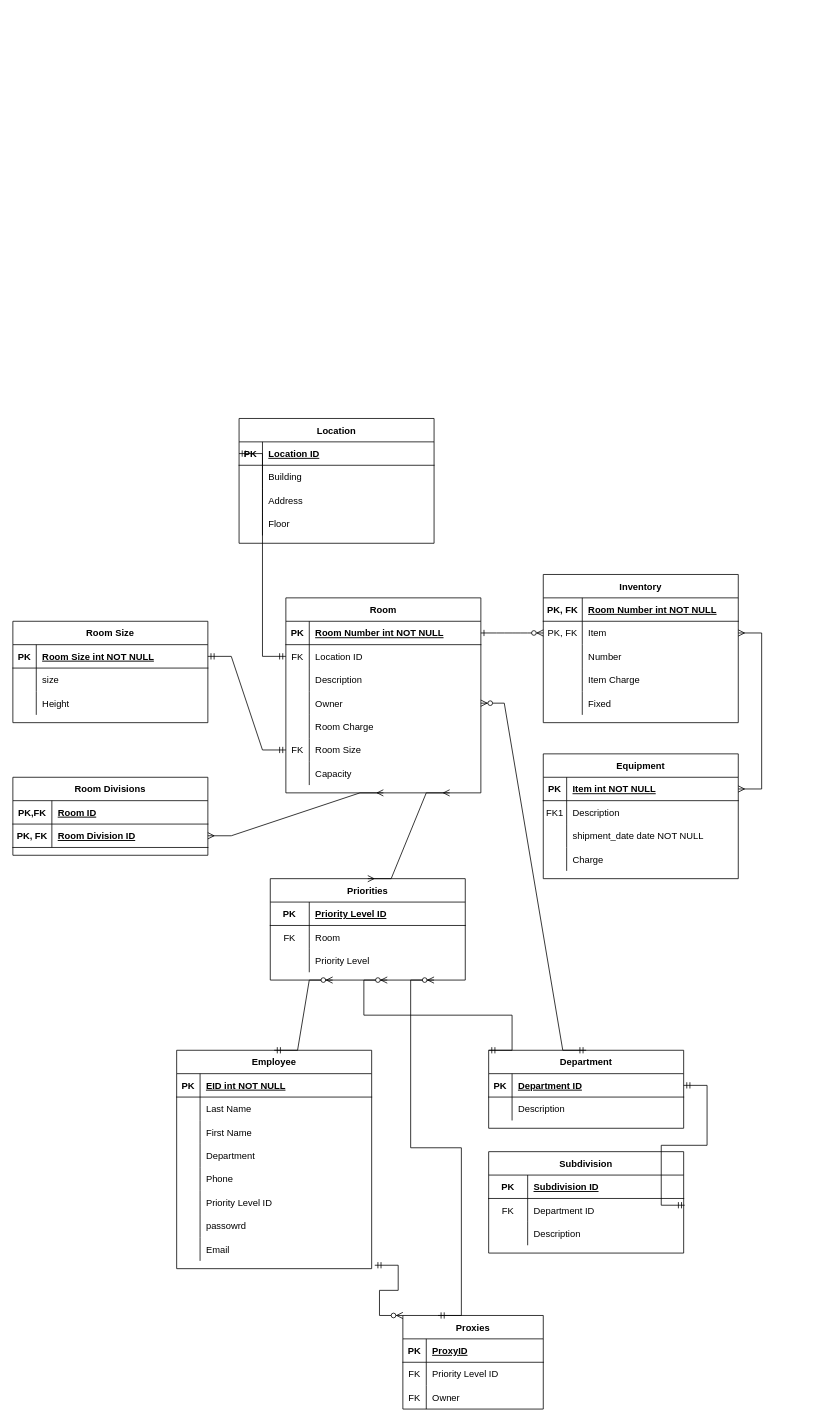
seanjedi/comp-163-database-design-class keeps this draw.io diagram as Projcet1.drawio. Above is the earlier version. Source tidied: cells renumbered, new cells numbered last; positions are measured from the earlier drawing's top-left corner, leaving out a move shared by most shapes. Both pictures are drawn from the tidied source at 78%, with x=0, y=0 at pixel (12, 418).
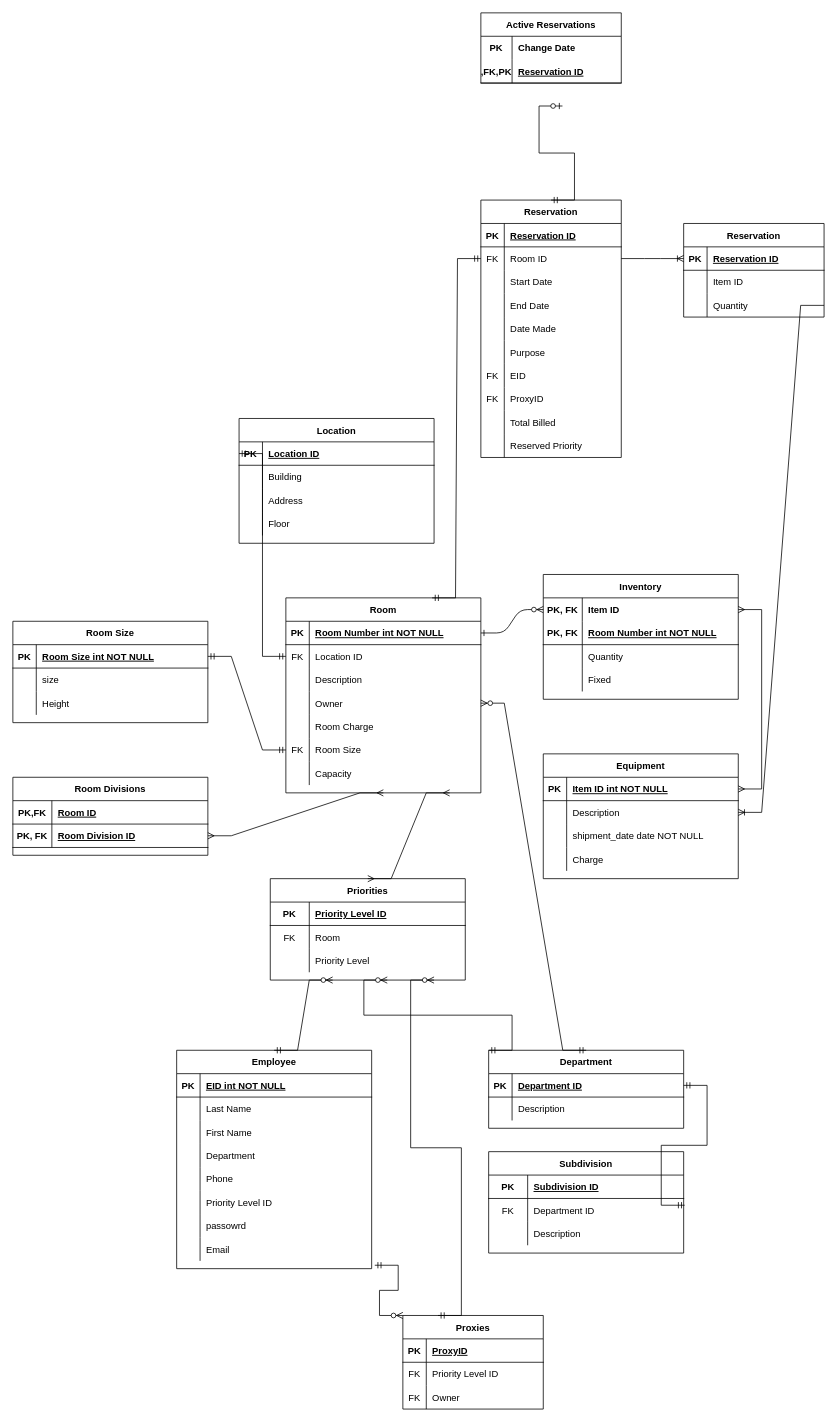
The same diagram, later.

Unchanged cells that the change refers to:
```xml
<mxCell id="10" style="shape=partialRectangle;fillColor=none;top=0;left=0;right=0;bottom=0;" parent="3" vertex="1">
  <mxGeometry y="90" width="250" height="30" as="geometry" />
</mxCell>
<mxCell id="20" style="shape=partialRectangle;fillColor=none;points=[[0,0.5],[1,0.5]];portConstraint=eastwest;top=0;left=0;right=0;bottom=1;" parent="19" vertex="1">
  <mxGeometry y="30" width="250" height="30" as="geometry" />
</mxCell>
<mxCell id="23" style="shape=partialRectangle;fillColor=none;points=[[0,0.5],[1,0.5]];portConstraint=eastwest;top=0;left=0;right=0;bottom=0;" parent="19" vertex="1">
  <mxGeometry y="60" width="250" height="30" as="geometry" />
</mxCell>
<mxCell id="32" value="Room" style="shape=table;startSize=30;childLayout=tableLayout;rowLines=0;fontStyle=1;align=center;" parent="1" vertex="1">
  <mxGeometry x="350" y="230" width="250" height="250" as="geometry" />
</mxCell>
```

What changed in the source:
```diff
@@
     <mxCell id="3" value="Inventory" style="shape=table;startSize=30;childLayout=tableLayout;rowLines=0;fontStyle=1;align=center;" parent="1" vertex="1">
-      <mxGeometry x="680" y="200" width="250" height="190" as="geometry" />
+      <mxGeometry x="680" y="200" width="250" height="160" as="geometry" />
     </mxCell>
+    <mxCell id="7" style="shape=partialRectangle;fillColor=none;points=[[0,0.5],[1,0.5]];portConstraint=eastwest;top=0;left=0;right=0;bottom=0;" parent="3" vertex="1">
+      <mxGeometry y="30" width="250" height="30" as="geometry" />
+    </mxCell>
+    <mxCell id="8" value="PK, FK" style="shape=partialRectangle;overflow=hidden;fillColor=none;top=0;left=0;bottom=0;right=0;fontStyle=1;" parent="7" vertex="1">
+      <mxGeometry width="50" height="30" as="geometry" />
+    </mxCell>
+    <mxCell id="9" value="Item ID" style="shape=partialRectangle;overflow=hidden;fillColor=none;top=0;left=0;bottom=0;right=0;align=left;spacingLeft=6;fontStyle=1;" parent="7" vertex="1">
+      <mxGeometry x="50" width="200" height="30" as="geometry" />
+    </mxCell>
     <mxCell id="4" style="shape=partialRectangle;fillColor=none;top=0;left=0;right=0;bottom=1;" parent="3" vertex="1">
-      <mxGeometry y="30" width="250" height="30" as="geometry" />
+      <mxGeometry y="60" width="250" height="30" as="geometry" />
     </mxCell>
@@
-    <mxCell id="7" style="shape=partialRectangle;fillColor=none;points=[[0,0.5],[1,0.5]];portConstraint=eastwest;top=0;left=0;right=0;bottom=0;" parent="3" vertex="1">
-      <mxGeometry y="60" width="250" height="30" as="geometry" />
-    </mxCell>
-    <mxCell id="8" value="PK, FK" style="shape=partialRectangle;overflow=hidden;fillColor=none;top=0;left=0;bottom=0;right=0;" parent="7" vertex="1">
-      <mxGeometry width="50" height="30" as="geometry" />
-    </mxCell>
-    <mxCell id="9" value="Item" style="shape=partialRectangle;overflow=hidden;fillColor=none;top=0;left=0;bottom=0;right=0;align=left;spacingLeft=6;" parent="7" vertex="1">
-      <mxGeometry x="50" width="200" height="30" as="geometry" />
-    </mxCell>
@@
-    <mxCell id="12" value="Number" style="shape=partialRectangle;overflow=hidden;fillColor=none;top=0;left=0;bottom=0;right=0;align=left;spacingLeft=6;" parent="10" vertex="1">
+    <mxCell id="12" value="Quantity" style="shape=partialRectangle;overflow=hidden;fillColor=none;top=0;left=0;bottom=0;right=0;align=left;spacingLeft=6;" parent="10" vertex="1">
       <mxGeometry x="50" width="200" height="30" as="geometry" />
     </mxCell>
-    <mxCell id="13" style="shape=tableRow;horizontal=0;startSize=0;swimlaneHead=0;swimlaneBody=0;fillColor=none;top=0;left=0;right=0;bottom=0;" parent="3" vertex="1">
-      <mxGeometry y="120" width="250" height="30" as="geometry" />
-    </mxCell>
-    <mxCell id="14" style="shape=partialRectangle;fillColor=none;top=0;left=0;bottom=0;right=0;overflow=hidden;" parent="13" vertex="1">
-      <mxGeometry width="50" height="30" as="geometry" />
-    </mxCell>
-    <mxCell id="15" value="Item Charge" style="shape=partialRectangle;fillColor=none;top=0;left=0;bottom=0;right=0;align=left;spacingLeft=6;overflow=hidden;" parent="13" vertex="1">
-      <mxGeometry x="50" width="200" height="30" as="geometry" />
-    </mxCell>
     <mxCell id="16" style="shape=tableRow;horizontal=0;startSize=0;swimlaneHead=0;swimlaneBody=0;fillColor=none;top=0;left=0;right=0;bottom=0;" parent="3" vertex="1">
-      <mxGeometry y="150" width="250" height="30" as="geometry" />
+      <mxGeometry y="120" width="250" height="30" as="geometry" />
     </mxCell>
@@
-    <mxCell id="22" value="Item int NOT NULL " style="shape=partialRectangle;overflow=hidden;fillColor=none;top=0;left=0;bottom=0;right=0;align=left;spacingLeft=6;fontStyle=5;" parent="20" vertex="1">
+    <mxCell id="22" value="Item ID int NOT NULL " style="shape=partialRectangle;overflow=hidden;fillColor=none;top=0;left=0;bottom=0;right=0;align=left;spacingLeft=6;fontStyle=5;" parent="20" vertex="1">
       <mxGeometry x="30" width="220" height="30" as="geometry" />
     </mxCell>
@@
-    <mxCell id="24" value="FK1" style="shape=partialRectangle;overflow=hidden;fillColor=none;top=0;left=0;bottom=0;right=0;" parent="23" vertex="1">
+    <mxCell id="24" style="shape=partialRectangle;overflow=hidden;fillColor=none;top=0;left=0;bottom=0;right=0;" parent="23" vertex="1">
       <mxGeometry width="30" height="30" as="geometry" />
     </mxCell>
@@
+    <mxCell id="157" value="Reservation" style="shape=table;startSize=30;childLayout=tableLayout;rowLines=0;fontStyle=1;align=center;" parent="1" vertex="1">
+      <mxGeometry x="600" y="-280" width="180" height="330" as="geometry" />
+    </mxCell>
+    <mxCell id="158" style="shape=tableRow;horizontal=0;startSize=0;swimlaneHead=0;swimlaneBody=0;fillColor=none;top=0;left=0;right=0;bottom=1;" parent="157" vertex="1">
+      <mxGeometry y="30" width="180" height="30" as="geometry" />
+    </mxCell>
+    <mxCell id="159" value="PK" style="shape=partialRectangle;fillColor=none;top=0;left=0;bottom=0;right=0;fontStyle=1;overflow=hidden;" parent="158" vertex="1">
+      <mxGeometry width="30" height="30" as="geometry" />
+    </mxCell>
+    <mxCell id="160" value="Reservation ID" style="shape=partialRectangle;fillColor=none;top=0;left=0;bottom=0;right=0;align=left;spacingLeft=6;fontStyle=5;overflow=hidden;" parent="158" vertex="1">
+      <mxGeometry x="30" width="150" height="30" as="geometry" />
+    </mxCell>
+    <mxCell id="161" style="shape=tableRow;horizontal=0;startSize=0;swimlaneHead=0;swimlaneBody=0;fillColor=none;points=[[0,0.5],[1,0.5]];portConstraint=eastwest;top=0;left=0;right=0;bottom=0;" parent="157" vertex="1">
+      <mxGeometry y="60" width="180" height="30" as="geometry" />
+    </mxCell>
+    <mxCell id="162" value="FK" style="shape=partialRectangle;fillColor=none;top=0;left=0;bottom=0;right=0;overflow=hidden;" parent="161" vertex="1">
+      <mxGeometry width="30" height="30" as="geometry" />
+    </mxCell>
+    <mxCell id="163" value="Room ID" style="shape=partialRectangle;fillColor=none;top=0;left=0;bottom=0;right=0;align=left;spacingLeft=6;overflow=hidden;" parent="161" vertex="1">
+      <mxGeometry x="30" width="150" height="30" as="geometry" />
+    </mxCell>
+    <mxCell id="164" style="shape=tableRow;horizontal=0;startSize=0;swimlaneHead=0;swimlaneBody=0;fillColor=none;top=0;left=0;right=0;bottom=0;" parent="157" vertex="1">
+      <mxGeometry y="90" width="180" height="30" as="geometry" />
+    </mxCell>
+    <mxCell id="165" style="shape=partialRectangle;fillColor=none;top=0;left=0;bottom=0;right=0;overflow=hidden;" parent="164" vertex="1">
+      <mxGeometry width="30" height="30" as="geometry" />
+    </mxCell>
+    <mxCell id="166" value="Start Date" style="shape=partialRectangle;fillColor=none;top=0;left=0;bottom=0;right=0;align=left;spacingLeft=6;overflow=hidden;" parent="164" vertex="1">
+      <mxGeometry x="30" width="150" height="30" as="geometry" />
+    </mxCell>
+    <mxCell id="167" style="shape=tableRow;horizontal=0;startSize=0;swimlaneHead=0;swimlaneBody=0;fillColor=none;top=0;left=0;right=0;bottom=0;" parent="157" vertex="1">
+      <mxGeometry y="120" width="180" height="30" as="geometry" />
+    </mxCell>
+    <mxCell id="168" style="shape=partialRectangle;fillColor=none;top=0;left=0;bottom=0;right=0;overflow=hidden;" parent="167" vertex="1">
+      <mxGeometry width="30" height="30" as="geometry" />
+    </mxCell>
+    <mxCell id="169" value="End Date" style="shape=partialRectangle;fillColor=none;top=0;left=0;bottom=0;right=0;align=left;spacingLeft=6;overflow=hidden;" parent="167" vertex="1">
+      <mxGeometry x="30" width="150" height="30" as="geometry" />
+    </mxCell>
+    <mxCell id="170" style="shape=tableRow;horizontal=0;startSize=0;swimlaneHead=0;swimlaneBody=0;fillColor=none;top=0;left=0;right=0;bottom=0;" parent="157" vertex="1">
+      <mxGeometry y="150" width="180" height="30" as="geometry" />
+    </mxCell>
+    <mxCell id="171" style="shape=partialRectangle;fillColor=none;top=0;left=0;bottom=0;right=0;overflow=hidden;" parent="170" vertex="1">
+      <mxGeometry width="30" height="30" as="geometry" />
+    </mxCell>
+    <mxCell id="172" value="Date Made" style="shape=partialRectangle;fillColor=none;top=0;left=0;bottom=0;right=0;align=left;spacingLeft=6;overflow=hidden;" parent="170" vertex="1">
+      <mxGeometry x="30" width="150" height="30" as="geometry" />
+    </mxCell>
+    <mxCell id="173" style="shape=tableRow;horizontal=0;startSize=0;swimlaneHead=0;swimlaneBody=0;fillColor=none;top=0;left=0;right=0;bottom=0;" parent="157" vertex="1">
+      <mxGeometry y="180" width="180" height="30" as="geometry" />
+    </mxCell>
+    <mxCell id="174" style="shape=partialRectangle;fillColor=none;top=0;left=0;bottom=0;right=0;overflow=hidden;" parent="173" vertex="1">
+      <mxGeometry width="30" height="30" as="geometry" />
+    </mxCell>
+    <mxCell id="175" value="Purpose" style="shape=partialRectangle;fillColor=none;top=0;left=0;bottom=0;right=0;align=left;spacingLeft=6;overflow=hidden;" parent="173" vertex="1">
+      <mxGeometry x="30" width="150" height="30" as="geometry" />
+    </mxCell>
+    <mxCell id="176" style="shape=tableRow;horizontal=0;startSize=0;swimlaneHead=0;swimlaneBody=0;fillColor=none;top=0;left=0;right=0;bottom=0;" parent="157" vertex="1">
+      <mxGeometry y="210" width="180" height="30" as="geometry" />
+    </mxCell>
+    <mxCell id="177" value="FK" style="shape=partialRectangle;fillColor=none;top=0;left=0;bottom=0;right=0;overflow=hidden;" parent="176" vertex="1">
+      <mxGeometry width="30" height="30" as="geometry" />
+    </mxCell>
+    <mxCell id="178" value="EID" style="shape=partialRectangle;fillColor=none;top=0;left=0;bottom=0;right=0;align=left;spacingLeft=6;overflow=hidden;" parent="176" vertex="1">
+      <mxGeometry x="30" width="150" height="30" as="geometry" />
+    </mxCell>
+    <mxCell id="179" style="shape=tableRow;horizontal=0;startSize=0;swimlaneHead=0;swimlaneBody=0;fillColor=none;top=0;left=0;right=0;bottom=0;" parent="157" vertex="1">
+      <mxGeometry y="240" width="180" height="30" as="geometry" />
+    </mxCell>
+    <mxCell id="180" value="FK" style="shape=partialRectangle;fillColor=none;top=0;left=0;bottom=0;right=0;overflow=hidden;" parent="179" vertex="1">
+      <mxGeometry width="30" height="30" as="geometry" />
+    </mxCell>
+    <mxCell id="181" value="ProxyID" style="shape=partialRectangle;fillColor=none;top=0;left=0;bottom=0;right=0;align=left;spacingLeft=6;overflow=hidden;" parent="179" vertex="1">
+      <mxGeometry x="30" width="150" height="30" as="geometry" />
+    </mxCell>
+    <mxCell id="182" style="shape=tableRow;horizontal=0;startSize=0;swimlaneHead=0;swimlaneBody=0;fillColor=none;top=0;left=0;right=0;bottom=0;" parent="157" vertex="1">
+      <mxGeometry y="270" width="180" height="30" as="geometry" />
+    </mxCell>
+    <mxCell id="183" style="shape=partialRectangle;fillColor=none;top=0;left=0;bottom=0;right=0;overflow=hidden;" parent="182" vertex="1">
+      <mxGeometry width="30" height="30" as="geometry" />
+    </mxCell>
+    <mxCell id="184" value="Total Billed" style="shape=partialRectangle;fillColor=none;top=0;left=0;bottom=0;right=0;align=left;spacingLeft=6;overflow=hidden;" parent="182" vertex="1">
+      <mxGeometry x="30" width="150" height="30" as="geometry" />
+    </mxCell>
+    <mxCell id="185" style="shape=tableRow;horizontal=0;startSize=0;swimlaneHead=0;swimlaneBody=0;fillColor=none;top=0;left=0;right=0;bottom=0;" parent="157" vertex="1">
+      <mxGeometry y="300" width="180" height="30" as="geometry" />
+    </mxCell>
+    <mxCell id="186" style="shape=partialRectangle;fillColor=none;top=0;left=0;bottom=0;right=0;overflow=hidden;" parent="185" vertex="1">
+      <mxGeometry width="30" height="30" as="geometry" />
+    </mxCell>
+    <mxCell id="187" value="Reserved Priority" style="shape=partialRectangle;fillColor=none;top=0;left=0;bottom=0;right=0;align=left;spacingLeft=6;overflow=hidden;" parent="185" vertex="1">
+      <mxGeometry x="30" width="150" height="30" as="geometry" />
+    </mxCell>
+    <mxCell id="188" style="edgeStyle=entityRelationEdgeStyle;fontSize=12;html=1;endArrow=ERmandOne;startArrow=ERmandOne;rounded=0;entryX=0;entryY=0.5;entryDx=0;entryDy=0;exitX=0.75;exitY=0;exitDx=0;exitDy=0;" parent="1" edge="1" source="32" target="161">
+      <mxGeometry relative="1" as="geometry" />
+    </mxCell>
+    <mxCell id="189" value="Reservation" style="shape=table;startSize=30;childLayout=tableLayout;rowLines=0;fontStyle=1;align=center;" parent="1" vertex="1">
+      <mxGeometry x="860" y="-250" width="180" height="120" as="geometry" />
+    </mxCell>
+    <mxCell id="190" style="shape=tableRow;horizontal=0;startSize=0;swimlaneHead=0;swimlaneBody=0;fillColor=none;points=[[0,0.5],[1,0.5]];portConstraint=eastwest;top=0;left=0;right=0;bottom=1;" parent="189" vertex="1">
+      <mxGeometry y="30" width="180" height="30" as="geometry" />
+    </mxCell>
+    <mxCell id="191" value="PK" style="shape=partialRectangle;fillColor=none;top=0;left=0;bottom=0;right=0;fontStyle=1;overflow=hidden;" parent="190" vertex="1">
+      <mxGeometry width="30" height="30" as="geometry" />
+    </mxCell>
+    <mxCell id="192" value="Reservation ID" style="shape=partialRectangle;fillColor=none;top=0;left=0;bottom=0;right=0;align=left;spacingLeft=6;fontStyle=5;overflow=hidden;" parent="190" vertex="1">
+      <mxGeometry x="30" width="150" height="30" as="geometry" />
+    </mxCell>
+    <mxCell id="193" style="shape=tableRow;horizontal=0;startSize=0;swimlaneHead=0;swimlaneBody=0;fillColor=none;top=0;left=0;right=0;bottom=0;" parent="189" vertex="1">
+      <mxGeometry y="60" width="180" height="30" as="geometry" />
+    </mxCell>
+    <mxCell id="194" style="shape=partialRectangle;fillColor=none;top=0;left=0;bottom=0;right=0;overflow=hidden;" parent="193" vertex="1">
+      <mxGeometry width="30" height="30" as="geometry" />
+    </mxCell>
+    <mxCell id="195" value="Item ID" style="shape=partialRectangle;fillColor=none;top=0;left=0;bottom=0;right=0;align=left;spacingLeft=6;overflow=hidden;" parent="193" vertex="1">
+      <mxGeometry x="30" width="150" height="30" as="geometry" />
+    </mxCell>
+    <mxCell id="196" style="shape=tableRow;horizontal=0;startSize=0;swimlaneHead=0;swimlaneBody=0;fillColor=none;points=[[0,0.5],[1,0.5]];portConstraint=eastwest;top=0;left=0;right=0;bottom=0;" parent="189" vertex="1">
+      <mxGeometry y="90" width="180" height="30" as="geometry" />
+    </mxCell>
+    <mxCell id="197" style="shape=partialRectangle;fillColor=none;top=0;left=0;bottom=0;right=0;overflow=hidden;" parent="196" vertex="1">
+      <mxGeometry width="30" height="30" as="geometry" />
+    </mxCell>
+    <mxCell id="198" value="Quantity" style="shape=partialRectangle;fillColor=none;top=0;left=0;bottom=0;right=0;align=left;spacingLeft=6;overflow=hidden;" parent="196" vertex="1">
+      <mxGeometry x="30" width="150" height="30" as="geometry" />
+    </mxCell>
+    <mxCell id="199" style="edgeStyle=entityRelationEdgeStyle;fontSize=12;html=1;endArrow=ERoneToMany;rounded=0;exitX=1;exitY=0.5;exitDx=0;exitDy=0;entryX=1;entryY=0.5;entryDx=0;entryDy=0;" parent="1" edge="1" source="196" target="23">
+      <mxGeometry relative="1" as="geometry" />
+    </mxCell>
+    <mxCell id="200" style="edgeStyle=entityRelationEdgeStyle;fontSize=12;html=1;endArrow=ERoneToMany;rounded=0;exitX=1;exitY=0.5;exitDx=0;exitDy=0;entryX=0;entryY=0.5;entryDx=0;entryDy=0;" parent="1" edge="1" source="161" target="190">
+      <mxGeometry relative="1" as="geometry" />
+    </mxCell>
+    <mxCell id="201" value="Active Reservations" style="shape=table;startSize=30;childLayout=tableLayout;rowLines=0;fontStyle=1;align=center;" parent="1" vertex="1">
+      <mxGeometry x="600" y="-520" width="180" height="90" as="geometry" />
+    </mxCell>
+    <mxCell id="202" style="shape=tableRow;horizontal=0;startSize=0;swimlaneHead=0;swimlaneBody=0;fillColor=none;top=0;left=0;right=0;bottom=0;" parent="201" vertex="1">
+      <mxGeometry y="30" width="180" height="30" as="geometry" />
+    </mxCell>
+    <mxCell id="203" value="PK" style="shape=partialRectangle;fillColor=none;top=0;left=0;bottom=0;right=0;overflow=hidden;fontStyle=1;" parent="202" vertex="1">
+      <mxGeometry width="40" height="30" as="geometry" />
+    </mxCell>
+    <mxCell id="204" value="Change Date" style="shape=partialRectangle;fillColor=none;top=0;left=0;bottom=0;right=0;align=left;spacingLeft=6;overflow=hidden;fontStyle=1;" parent="202" vertex="1">
+      <mxGeometry x="40" width="140" height="30" as="geometry" />
+    </mxCell>
+    <mxCell id="205" style="shape=tableRow;horizontal=0;startSize=0;swimlaneHead=0;swimlaneBody=0;fillColor=none;top=0;left=0;right=0;bottom=1;" parent="201" vertex="1">
+      <mxGeometry y="60" width="180" height="30" as="geometry" />
+    </mxCell>
+    <mxCell id="206" value=",FK,PK" style="shape=partialRectangle;fillColor=none;top=0;left=0;bottom=0;right=0;fontStyle=1;overflow=hidden;" parent="205" vertex="1">
+      <mxGeometry width="40" height="30" as="geometry" />
+    </mxCell>
+    <mxCell id="207" value="Reservation ID" style="shape=partialRectangle;fillColor=none;top=0;left=0;bottom=0;right=0;align=left;spacingLeft=6;fontStyle=5;overflow=hidden;" parent="205" vertex="1">
+      <mxGeometry x="40" width="140" height="30" as="geometry" />
+    </mxCell>
+    <mxCell id="208" style="edgeStyle=entityRelationEdgeStyle;fontSize=12;html=1;endArrow=ERzeroToOne;startArrow=ERmandOne;rounded=0;exitX=0.5;exitY=0;exitDx=0;exitDy=0;entryX=0.581;entryY=0.981;entryDx=0;entryDy=0;entryPerimeter=0;" parent="1" edge="1" source="157">
+      <mxGeometry relative="1" as="geometry">
+        <mxPoint x="704.6" y="-400.6" as="targetPoint" />
+      </mxGeometry>
+    </mxCell>
```
